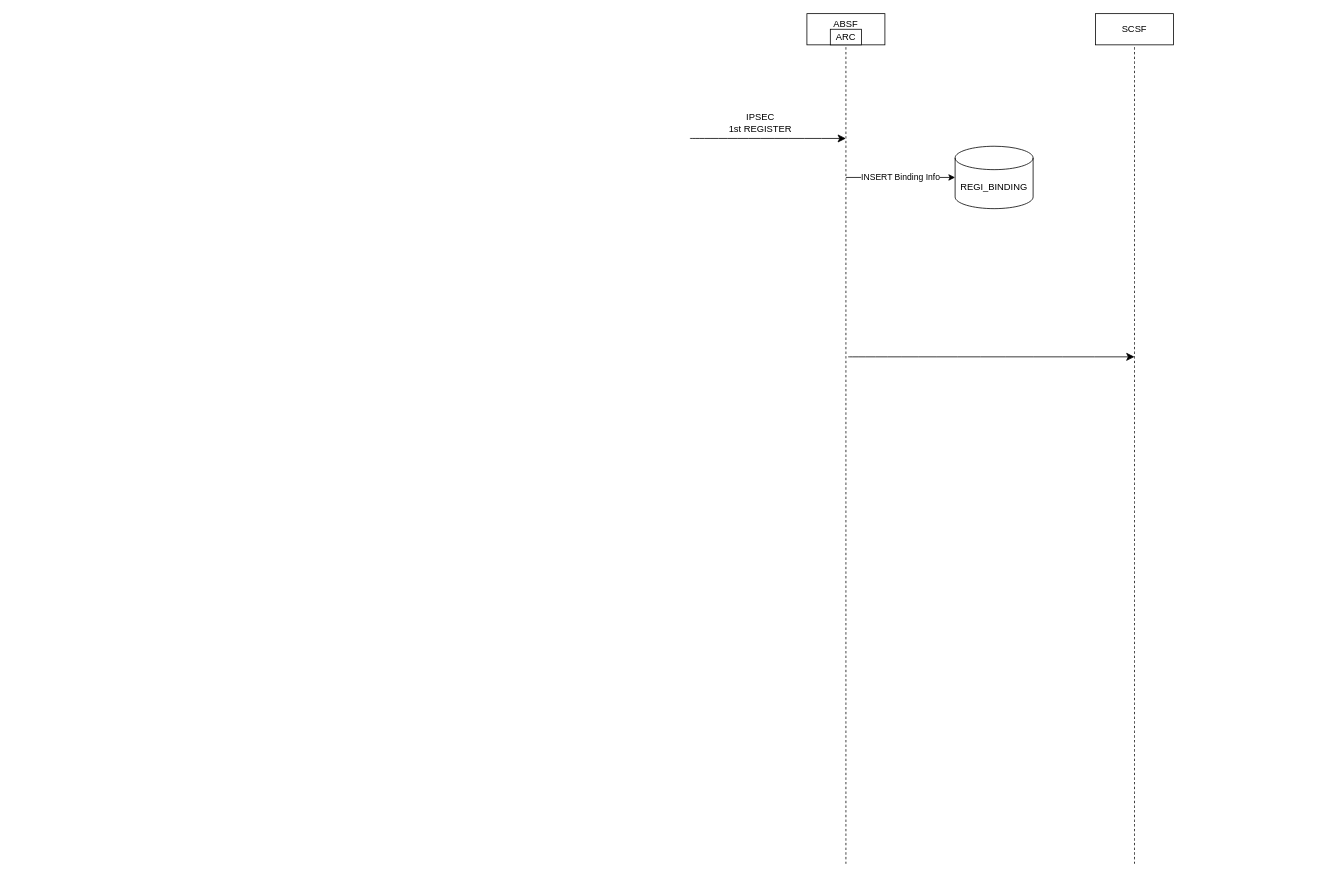
Earlier version of the draw.io diagram page "페이지-4" (4 of 4) of 문서 작업.drawio (JaeHyeon774/NEWTIL). Source tidied: cells renumbered, new cells numbered last; positions are measured from the earlier drawing's top-left corner, leaving out a move shared by most shapes. Both pictures are drawn from the tidied source at 78%, with x=0, y=0 at pixel (690, 13).
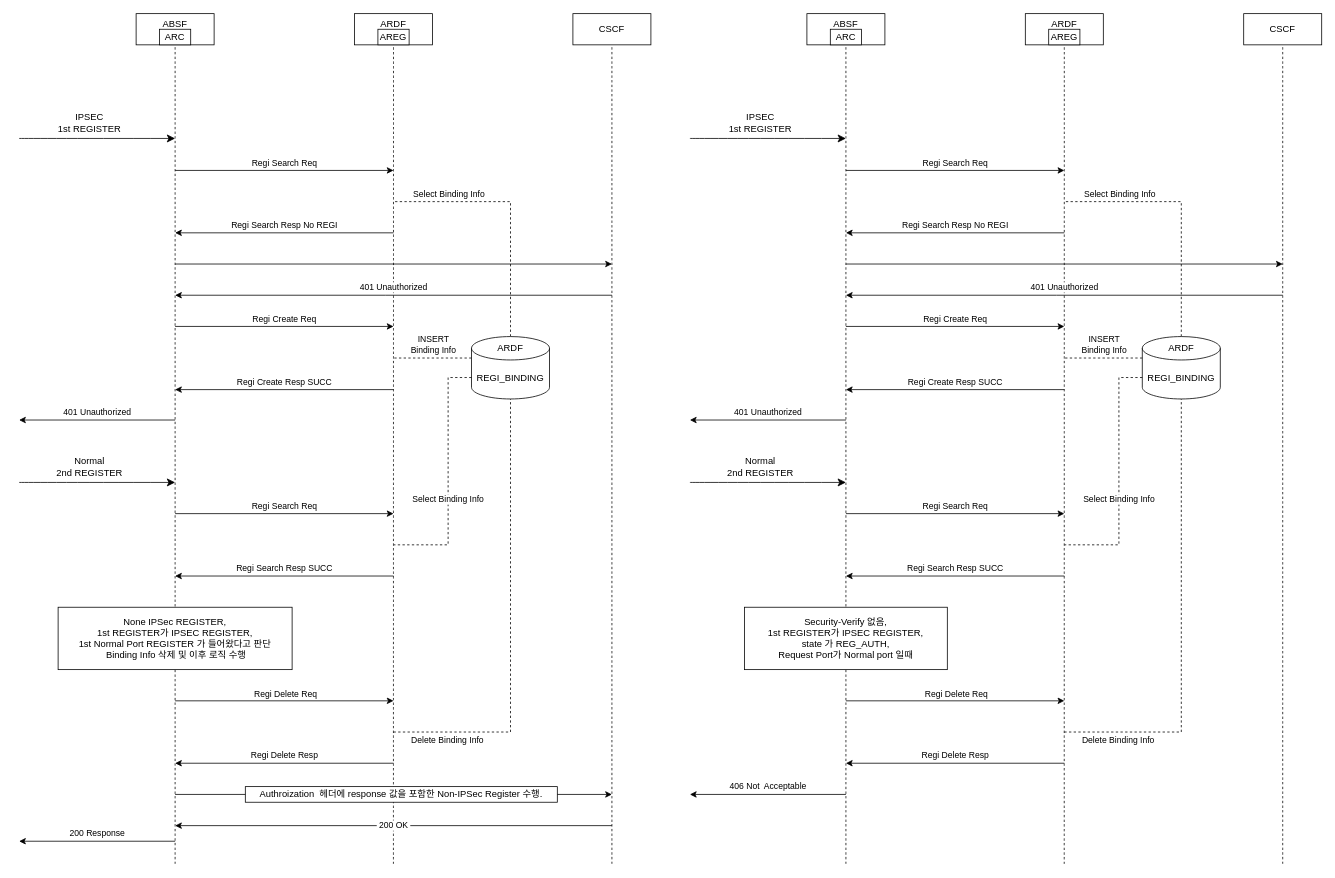
After the change.

Commit message:
문서 작업.drawio 업데이트

Diff of the diagram source:
```diff
@@
+    <mxCell id="11" value="ARDF&lt;div&gt;&lt;br&gt;&lt;/div&gt;" style="rounded=0;whiteSpace=wrap;html=1;" parent="1" vertex="1">
+      <mxGeometry x="430" width="100" height="40" as="geometry" />
+    </mxCell>
@@
-    <mxCell id="5" value="SCSF" style="rounded=0;whiteSpace=wrap;html=1;" parent="1" vertex="1">
-      <mxGeometry x="520" width="100" height="40" as="geometry" />
+    <mxCell id="5" value="CSCF" style="rounded=0;whiteSpace=wrap;html=1;" parent="1" vertex="1">
+      <mxGeometry x="710" width="100" height="40" as="geometry" />
     </mxCell>
     <mxCell id="6" style="endArrow=none;dashed=1;html=1;rounded=0;fontSize=12;startSize=8;endSize=8;curved=1;entryX=0.5;entryY=1;entryDx=0;entryDy=0;" parent="1" edge="1" target="5">
       <mxGeometry relative="1" as="geometry">
-        <mxPoint x="570" y="1090" as="sourcePoint" />
+        <mxPoint x="760" y="1090" as="sourcePoint" />
       </mxGeometry>
     </mxCell>
@@
-    <mxCell id="8" style="endArrow=classic;html=1;rounded=0;fontSize=12;startSize=8;endSize=8;curved=1;" parent="1" edge="1">
-      <mxGeometry relative="1" as="geometry">
-        <mxPoint x="203" y="440" as="sourcePoint" />
-        <mxPoint x="570" y="440" as="targetPoint" />
-      </mxGeometry>
-    </mxCell>
+    <mxCell id="12" value="AREG" style="rounded=0;whiteSpace=wrap;html=1;" parent="1" vertex="1">
+      <mxGeometry x="460" y="20" width="40" height="20" as="geometry" />
+    </mxCell>
+    <mxCell id="13" style="endArrow=none;dashed=1;html=1;rounded=0;fontSize=12;startSize=8;endSize=8;curved=1;entryX=0.5;entryY=1;entryDx=0;entryDy=0;" parent="1" edge="1" target="12">
+      <mxGeometry relative="1" as="geometry">
+        <mxPoint x="479.9" y="1090.1" as="sourcePoint" />
+      </mxGeometry>
+    </mxCell>
+    <mxCell id="14" style="endArrow=classic;html=1;rounded=0;" parent="1" edge="1">
+      <mxGeometry relative="1" as="geometry">
+        <mxPoint x="200" y="321" as="sourcePoint" />
+        <mxPoint x="760" y="321" as="targetPoint" />
+      </mxGeometry>
+    </mxCell>
+    <mxCell id="15" value="401 Unauthorized" style="endArrow=classic;html=1;rounded=0;" parent="1" edge="1">
+      <mxGeometry y="-10" relative="1" as="geometry">
+        <mxPoint x="760" y="361" as="sourcePoint" />
+        <mxPoint x="200" y="361" as="targetPoint" />
+        <Array as="points">
+          <mxPoint x="470" y="361" />
+        </Array>
+      </mxGeometry>
+    </mxCell>
+    <mxCell id="16" value="Regi Create Req" style="endArrow=classic;html=1;rounded=0;" parent="1" edge="1">
+      <mxGeometry y="9" relative="1" as="geometry">
+        <mxPoint x="200" y="401" as="sourcePoint" />
+        <mxPoint x="480" y="401" as="targetPoint" />
+      </mxGeometry>
+    </mxCell>
+    <mxCell id="17" value="Regi Create Resp SUCC" style="endArrow=classic;html=1;rounded=0;" parent="1" edge="1">
+      <mxGeometry y="-10" relative="1" as="geometry">
+        <mxPoint x="480" y="482" as="sourcePoint" />
+        <mxPoint x="200" y="482" as="targetPoint" />
+      </mxGeometry>
+    </mxCell>
+    <mxCell id="18" value="401 Unauthorized" style="endArrow=classic;html=1;rounded=0;" parent="1" edge="1">
+      <mxGeometry y="-10" relative="1" as="geometry">
+        <mxPoint x="200" y="521" as="sourcePoint" />
+        <mxPoint y="521" as="targetPoint" />
+      </mxGeometry>
+    </mxCell>
+    <mxCell id="19" value="Normal&lt;br&gt;2nd REGISTER" style="endArrow=classic;html=1;rounded=0;fontSize=12;startSize=8;endSize=8;curved=1;" parent="1" edge="1">
+      <mxGeometry x="-0.1" y="20" relative="1" as="geometry">
+        <mxPoint y="601" as="sourcePoint" />
+        <mxPoint x="200" y="601" as="targetPoint" />
+      </mxGeometry>
+    </mxCell>
+    <mxCell id="20" value="Regi Search Req" style="endArrow=classic;html=1;rounded=0;" parent="1" edge="1">
+      <mxGeometry y="9" relative="1" as="geometry">
+        <mxPoint x="200" y="201" as="sourcePoint" />
+        <mxPoint x="480" y="201" as="targetPoint" />
+      </mxGeometry>
+    </mxCell>
+    <mxCell id="21" value="Regi Search Resp No REGI" style="endArrow=classic;html=1;rounded=0;" parent="1" edge="1">
+      <mxGeometry y="-10" relative="1" as="geometry">
+        <mxPoint x="480" y="281" as="sourcePoint" />
+        <mxPoint x="200" y="281" as="targetPoint" />
+      </mxGeometry>
+    </mxCell>
+    <mxCell id="22" value="Select Binding Info" style="endArrow=none;dashed=1;html=1;rounded=0;exitX=0.5;exitY=0;exitDx=0;exitDy=0;exitPerimeter=0;" parent="1" edge="1" source="9">
+      <mxGeometry x="0.56" y="-10" relative="1" as="geometry">
+        <mxPoint x="480" y="241" as="targetPoint" />
+        <Array as="points">
+          <mxPoint x="630" y="241" />
+        </Array>
+      </mxGeometry>
+    </mxCell>
+    <mxCell id="23" style="group;" parent="1" vertex="1">
+      <mxGeometry x="580" y="414" width="100" height="80" as="geometry" />
+    </mxCell>
-    <mxCell id="9" value="REGI_BINDING" style="shape=cylinder3;whiteSpace=wrap;html=1;boundedLbl=1;backgroundOutline=1;size=15;" parent="1" vertex="1">
-      <mxGeometry x="340" y="170" width="100" height="80" as="geometry" />
+    <mxCell id="9" value="REGI_BINDING" style="shape=cylinder3;whiteSpace=wrap;html=1;boundedLbl=1;backgroundOutline=1;size=15;" parent="23" vertex="1">
+      <mxGeometry width="100" height="80" as="geometry" />
     </mxCell>
-    <mxCell id="10" value="INSERT Binding Info" style="endArrow=classic;html=1;rounded=0;entryX=0;entryY=0.5;entryDx=0;entryDy=0;entryPerimeter=0;" parent="1" edge="1" target="9">
-      <mxGeometry relative="1" as="geometry">
-        <mxPoint x="200" y="210" as="sourcePoint" />
-      </mxGeometry>
-    </mxCell>
+    <mxCell id="24" value="ARDF" style="text;html=1;whiteSpace=wrap;strokeColor=none;fillColor=none;align=center;verticalAlign=middle;rounded=0;" parent="23" vertex="1">
+      <mxGeometry x="20" y="10" width="60" height="10" as="geometry" />
+    </mxCell>
+    <mxCell id="25" value="Regi Search Req" style="endArrow=classic;html=1;rounded=0;" parent="1" edge="1">
+      <mxGeometry y="9" relative="1" as="geometry">
+        <mxPoint x="200" y="641" as="sourcePoint" />
+        <mxPoint x="480" y="641" as="targetPoint" />
+      </mxGeometry>
+    </mxCell>
+    <mxCell id="26" value="Regi Search Resp SUCC" style="endArrow=classic;html=1;rounded=0;" parent="1" edge="1">
+      <mxGeometry y="-10" relative="1" as="geometry">
+        <mxPoint x="480" y="721" as="sourcePoint" />
+        <mxPoint x="200" y="721" as="targetPoint" />
+      </mxGeometry>
+    </mxCell>
+    <mxCell id="27" value="Select Binding Info" style="endArrow=none;dashed=1;html=1;rounded=0;exitX=0;exitY=0;exitDx=0;exitDy=52.5;exitPerimeter=0;" parent="1" edge="1" source="9">
+      <mxGeometry x="0.18" relative="1" as="geometry">
+        <mxPoint x="480" y="681" as="targetPoint" />
+        <Array as="points">
+          <mxPoint x="550" y="466.5" />
+          <mxPoint x="550" y="681" />
+        </Array>
+      </mxGeometry>
+    </mxCell>
+    <mxCell id="28" value="&amp;nbsp;Regi Delete Req" style="endArrow=classic;html=1;rounded=0;" parent="1" edge="1">
+      <mxGeometry y="9" relative="1" as="geometry">
+        <mxPoint x="200" y="881" as="sourcePoint" />
+        <mxPoint x="480" y="881" as="targetPoint" />
+      </mxGeometry>
+    </mxCell>
+    <mxCell id="29" value="Regi Delete Resp" style="endArrow=classic;html=1;rounded=0;" parent="1" edge="1">
+      <mxGeometry y="-10" relative="1" as="geometry">
+        <mxPoint x="480" y="961" as="sourcePoint" />
+        <mxPoint x="200" y="961" as="targetPoint" />
+      </mxGeometry>
+    </mxCell>
+    <mxCell id="30" value="&lt;div&gt;Security-Verify 없음,&lt;/div&gt;1st REGISTER가 IPSEC REGISTER,&lt;br&gt;state 가 REG_AUTH,&lt;br&gt;Request Port가 Normal port 일때" style="rounded=0;whiteSpace=wrap;html=1;" parent="1" vertex="1">
+      <mxGeometry x="70" y="761" width="260" height="80" as="geometry" />
+    </mxCell>
+    <mxCell id="31" value="Delete Binding Info" style="endArrow=none;dashed=1;html=1;rounded=0;entryX=0.5;entryY=1;entryDx=0;entryDy=0;entryPerimeter=0;" parent="1" edge="1" target="9">
+      <mxGeometry x="-0.76" y="-10" relative="1" as="geometry">
+        <mxPoint x="480" y="921" as="sourcePoint" />
+        <Array as="points">
+          <mxPoint x="630" y="921" />
+        </Array>
+      </mxGeometry>
+    </mxCell>
+    <mxCell id="32" style="endArrow=none;dashed=1;html=1;rounded=0;exitX=0;exitY=0;exitDx=0;exitDy=27.5;exitPerimeter=0;" parent="1" edge="1" source="9">
+      <mxGeometry relative="1" as="geometry">
+        <mxPoint x="480" y="441.5" as="targetPoint" />
+      </mxGeometry>
+    </mxCell>
+    <mxCell id="33" value="INSERT&lt;div&gt;Binding Info&lt;/div&gt;" style="edgeLabel;html=1;align=center;verticalAlign=middle;" parent="32" vertex="1">
+      <mxGeometry x="0.38" y="-2" relative="1" as="geometry">
+        <mxPoint x="19" y="-15" as="offset" />
+      </mxGeometry>
+    </mxCell>
+    <mxCell id="34" value="406 Not&amp;nbsp; Acceptable" style="endArrow=classic;html=1;rounded=0;" parent="1" edge="1">
+      <mxGeometry y="-10" relative="1" as="geometry">
+        <mxPoint x="200" y="1001" as="sourcePoint" />
+        <mxPoint y="1001" as="targetPoint" />
+      </mxGeometry>
+    </mxCell>
+    <mxCell id="35" value="ARDF&lt;div&gt;&lt;br&gt;&lt;/div&gt;" style="rounded=0;whiteSpace=wrap;html=1;" parent="1" vertex="1">
+      <mxGeometry x="-430" width="100" height="40" as="geometry" />
+    </mxCell>
+    <mxCell id="36" value="ABSF&lt;div&gt;&lt;br&gt;&lt;/div&gt;" style="rounded=0;whiteSpace=wrap;html=1;" parent="1" vertex="1">
+      <mxGeometry x="-710" width="100" height="40" as="geometry" />
+    </mxCell>
+    <mxCell id="37" value="ARC" style="rounded=0;whiteSpace=wrap;html=1;" parent="1" vertex="1">
+      <mxGeometry x="-680" y="20" width="40" height="20" as="geometry" />
+    </mxCell>
+    <mxCell id="38" style="endArrow=none;dashed=1;html=1;rounded=0;fontSize=12;startSize=8;endSize=8;curved=1;entryX=0.5;entryY=1;entryDx=0;entryDy=0;" parent="1" edge="1" target="37">
+      <mxGeometry relative="1" as="geometry">
+        <mxPoint x="-660" y="1090" as="sourcePoint" />
+      </mxGeometry>
+    </mxCell>
+    <mxCell id="39" value="CSCF" style="rounded=0;whiteSpace=wrap;html=1;" parent="1" vertex="1">
+      <mxGeometry x="-150" width="100" height="40" as="geometry" />
+    </mxCell>
+    <mxCell id="40" style="endArrow=none;dashed=1;html=1;rounded=0;fontSize=12;startSize=8;endSize=8;curved=1;entryX=0.5;entryY=1;entryDx=0;entryDy=0;" parent="1" edge="1" target="39">
+      <mxGeometry relative="1" as="geometry">
+        <mxPoint x="-100" y="1090" as="sourcePoint" />
+      </mxGeometry>
+    </mxCell>
+    <mxCell id="41" value="IPSEC&lt;br&gt;1st REGISTER" style="endArrow=classic;html=1;rounded=0;fontSize=12;startSize=8;endSize=8;curved=1;" parent="1" edge="1">
+      <mxGeometry x="-0.1" y="20" relative="1" as="geometry">
+        <mxPoint x="-860" y="160" as="sourcePoint" />
+        <mxPoint x="-660" y="160" as="targetPoint" />
+      </mxGeometry>
+    </mxCell>
+    <mxCell id="42" value="AREG" style="rounded=0;whiteSpace=wrap;html=1;" parent="1" vertex="1">
+      <mxGeometry x="-400" y="20" width="40" height="20" as="geometry" />
+    </mxCell>
+    <mxCell id="43" style="endArrow=none;dashed=1;html=1;rounded=0;fontSize=12;startSize=8;endSize=8;curved=1;entryX=0.5;entryY=1;entryDx=0;entryDy=0;" parent="1" edge="1" target="42">
+      <mxGeometry relative="1" as="geometry">
+        <mxPoint x="-380.1" y="1090.1" as="sourcePoint" />
+      </mxGeometry>
+    </mxCell>
+    <mxCell id="44" style="endArrow=classic;html=1;rounded=0;" parent="1" edge="1">
+      <mxGeometry relative="1" as="geometry">
+        <mxPoint x="-660" y="321" as="sourcePoint" />
+        <mxPoint x="-100" y="321" as="targetPoint" />
+      </mxGeometry>
+    </mxCell>
+    <mxCell id="45" value="401 Unauthorized" style="endArrow=classic;html=1;rounded=0;" parent="1" edge="1">
+      <mxGeometry y="-10" relative="1" as="geometry">
+        <mxPoint x="-100" y="361" as="sourcePoint" />
+        <mxPoint x="-660" y="361" as="targetPoint" />
+        <Array as="points">
+          <mxPoint x="-390" y="361" />
+        </Array>
+      </mxGeometry>
+    </mxCell>
+    <mxCell id="46" value="Regi Create Req" style="endArrow=classic;html=1;rounded=0;" parent="1" edge="1">
+      <mxGeometry y="9" relative="1" as="geometry">
+        <mxPoint x="-660" y="401" as="sourcePoint" />
+        <mxPoint x="-380" y="401" as="targetPoint" />
+      </mxGeometry>
+    </mxCell>
+    <mxCell id="47" value="Regi Create Resp SUCC" style="endArrow=classic;html=1;rounded=0;" parent="1" edge="1">
+      <mxGeometry y="-10" relative="1" as="geometry">
+        <mxPoint x="-380" y="482" as="sourcePoint" />
+        <mxPoint x="-660" y="482" as="targetPoint" />
+      </mxGeometry>
+    </mxCell>
+    <mxCell id="48" value="401 Unauthorized" style="endArrow=classic;html=1;rounded=0;" parent="1" edge="1">
+      <mxGeometry y="-10" relative="1" as="geometry">
+        <mxPoint x="-660" y="521" as="sourcePoint" />
+        <mxPoint x="-860" y="521" as="targetPoint" />
+      </mxGeometry>
+    </mxCell>
+    <mxCell id="49" value="Normal&lt;br&gt;2nd REGISTER" style="endArrow=classic;html=1;rounded=0;fontSize=12;startSize=8;endSize=8;curved=1;" parent="1" edge="1">
+      <mxGeometry x="-0.1" y="20" relative="1" as="geometry">
+        <mxPoint x="-860" y="601" as="sourcePoint" />
+        <mxPoint x="-660" y="601" as="targetPoint" />
+      </mxGeometry>
+    </mxCell>
+    <mxCell id="50" value="Regi Search Req" style="endArrow=classic;html=1;rounded=0;" parent="1" edge="1">
+      <mxGeometry y="9" relative="1" as="geometry">
+        <mxPoint x="-660" y="201" as="sourcePoint" />
+        <mxPoint x="-380" y="201" as="targetPoint" />
+      </mxGeometry>
+    </mxCell>
+    <mxCell id="51" value="Regi Search Resp No REGI" style="endArrow=classic;html=1;rounded=0;" parent="1" edge="1">
+      <mxGeometry y="-10" relative="1" as="geometry">
+        <mxPoint x="-380" y="281" as="sourcePoint" />
+        <mxPoint x="-660" y="281" as="targetPoint" />
+      </mxGeometry>
+    </mxCell>
+    <mxCell id="52" value="Select Binding Info" style="endArrow=none;dashed=1;html=1;rounded=0;exitX=0.5;exitY=0;exitDx=0;exitDy=0;exitPerimeter=0;" parent="1" edge="1" source="54">
+      <mxGeometry x="0.56" y="-10" relative="1" as="geometry">
+        <mxPoint x="-380" y="241" as="targetPoint" />
+        <Array as="points">
+          <mxPoint x="-230" y="241" />
+        </Array>
+      </mxGeometry>
+    </mxCell>
+    <mxCell id="53" style="group;" parent="1" vertex="1">
+      <mxGeometry x="-280" y="414" width="100" height="80" as="geometry" />
+    </mxCell>
+    <mxCell id="54" value="REGI_BINDING" style="shape=cylinder3;whiteSpace=wrap;html=1;boundedLbl=1;backgroundOutline=1;size=15;" parent="53" vertex="1">
+      <mxGeometry width="100" height="80" as="geometry" />
+    </mxCell>
+    <mxCell id="55" value="ARDF" style="text;html=1;whiteSpace=wrap;strokeColor=none;fillColor=none;align=center;verticalAlign=middle;rounded=0;" parent="53" vertex="1">
+      <mxGeometry x="20" y="10" width="60" height="10" as="geometry" />
+    </mxCell>
+    <mxCell id="56" value="Regi Search Req" style="endArrow=classic;html=1;rounded=0;" parent="1" edge="1">
+      <mxGeometry y="9" relative="1" as="geometry">
+        <mxPoint x="-660" y="641" as="sourcePoint" />
+        <mxPoint x="-380" y="641" as="targetPoint" />
+      </mxGeometry>
+    </mxCell>
+    <mxCell id="57" value="Regi Search Resp SUCC" style="endArrow=classic;html=1;rounded=0;" parent="1" edge="1">
+      <mxGeometry y="-10" relative="1" as="geometry">
+        <mxPoint x="-380" y="721" as="sourcePoint" />
+        <mxPoint x="-660" y="721" as="targetPoint" />
+      </mxGeometry>
+    </mxCell>
+    <mxCell id="58" value="Select Binding Info" style="endArrow=none;dashed=1;html=1;rounded=0;exitX=0;exitY=0;exitDx=0;exitDy=52.5;exitPerimeter=0;" parent="1" edge="1" source="54">
+      <mxGeometry x="0.18" relative="1" as="geometry">
+        <mxPoint x="-380" y="681" as="targetPoint" />
+        <Array as="points">
+          <mxPoint x="-310" y="466.5" />
+          <mxPoint x="-310" y="681" />
+        </Array>
+      </mxGeometry>
+    </mxCell>
+    <mxCell id="59" value="&amp;nbsp;Regi Delete Req" style="endArrow=classic;html=1;rounded=0;" parent="1" edge="1">
+      <mxGeometry y="9" relative="1" as="geometry">
+        <mxPoint x="-660" y="881" as="sourcePoint" />
+        <mxPoint x="-380" y="881" as="targetPoint" />
+      </mxGeometry>
+    </mxCell>
+    <mxCell id="60" value="Regi Delete Resp" style="endArrow=classic;html=1;rounded=0;" parent="1" edge="1">
+      <mxGeometry y="-10" relative="1" as="geometry">
+        <mxPoint x="-380" y="961" as="sourcePoint" />
+        <mxPoint x="-660" y="961" as="targetPoint" />
+      </mxGeometry>
+    </mxCell>
+    <mxCell id="61" value="Delete Binding Info" style="endArrow=none;dashed=1;html=1;rounded=0;entryX=0.5;entryY=1;entryDx=0;entryDy=0;entryPerimeter=0;" parent="1" edge="1" target="54">
+      <mxGeometry x="-0.76" y="-10" relative="1" as="geometry">
+        <mxPoint x="-380" y="921" as="sourcePoint" />
+        <Array as="points">
+          <mxPoint x="-230" y="921" />
+        </Array>
+      </mxGeometry>
+    </mxCell>
+    <mxCell id="62" style="endArrow=none;dashed=1;html=1;rounded=0;exitX=0;exitY=0;exitDx=0;exitDy=27.5;exitPerimeter=0;" parent="1" edge="1" source="54">
+      <mxGeometry relative="1" as="geometry">
+        <mxPoint x="-380" y="441.5" as="targetPoint" />
+      </mxGeometry>
+    </mxCell>
+    <mxCell id="63" value="INSERT&lt;div&gt;Binding Info&lt;/div&gt;" style="edgeLabel;html=1;align=center;verticalAlign=middle;" parent="62" vertex="1">
+      <mxGeometry x="0.38" y="-2" relative="1" as="geometry">
+        <mxPoint x="19" y="-15" as="offset" />
+      </mxGeometry>
+    </mxCell>
+    <mxCell id="64" value="200 Response" style="endArrow=classic;html=1;rounded=0;" parent="1" edge="1">
+      <mxGeometry y="-10" relative="1" as="geometry">
+        <mxPoint x="-660" y="1061" as="sourcePoint" />
+        <mxPoint x="-860" y="1061" as="targetPoint" />
+      </mxGeometry>
+    </mxCell>
+    <mxCell id="65" value="None IPSec REGISTER,&lt;div&gt;1st REGISTER가 IPSEC REGISTER,&lt;/div&gt;&lt;div&gt;1st Normal Port REGISTER 가 들어왔다고 판단&lt;/div&gt;&lt;div&gt;&amp;nbsp;Binding Info 삭제 및 이후 로직 수행&lt;/div&gt;" style="rounded=0;whiteSpace=wrap;html=1;" parent="1" vertex="1">
+      <mxGeometry x="-810" y="761" width="300" height="80" as="geometry" />
+    </mxCell>
+    <mxCell id="66" style="endArrow=classic;html=1;rounded=0;" parent="1" edge="1">
+      <mxGeometry relative="1" as="geometry">
+        <mxPoint x="-660" y="1001" as="sourcePoint" />
+        <mxPoint x="-100" y="1001" as="targetPoint" />
+      </mxGeometry>
+    </mxCell>
+    <mxCell id="67" value="Authroization&amp;nbsp; 헤더에 response 값을 포함한 Non-IPSec Register 수행." style="rounded=0;whiteSpace=wrap;html=1;" parent="1" vertex="1">
+      <mxGeometry x="-570" y="991" width="400" height="20" as="geometry" />
+    </mxCell>
+    <mxCell id="68" value="&amp;nbsp;200 OK&amp;nbsp;" style="endArrow=classic;html=1;rounded=0;" parent="1" edge="1">
+      <mxGeometry relative="1" as="geometry">
+        <mxPoint x="-100" y="1041" as="sourcePoint" />
+        <mxPoint x="-660" y="1041" as="targetPoint" />
+      </mxGeometry>
+    </mxCell>
```
